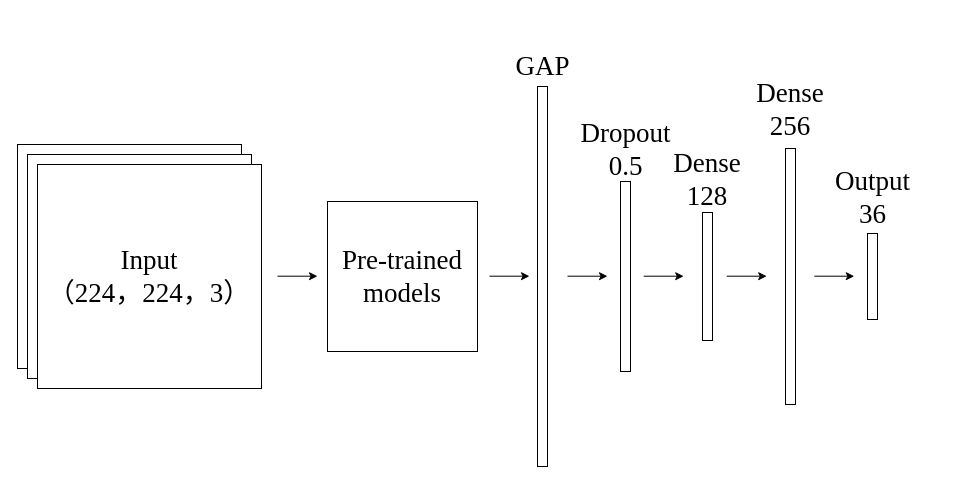
caijihuize/Mushroom_Classification keeps this draw.io diagram as 神经网络模型.drawio. Above is the earlier version. Source tidied: cells renumbered, new cells numbered last; positions are measured from the earlier drawing's top-left corner, leaving out a move shared by most shapes. Both pictures are drawn from the tidied source at 100%, with x=0, y=0 at pixel (17, 34).
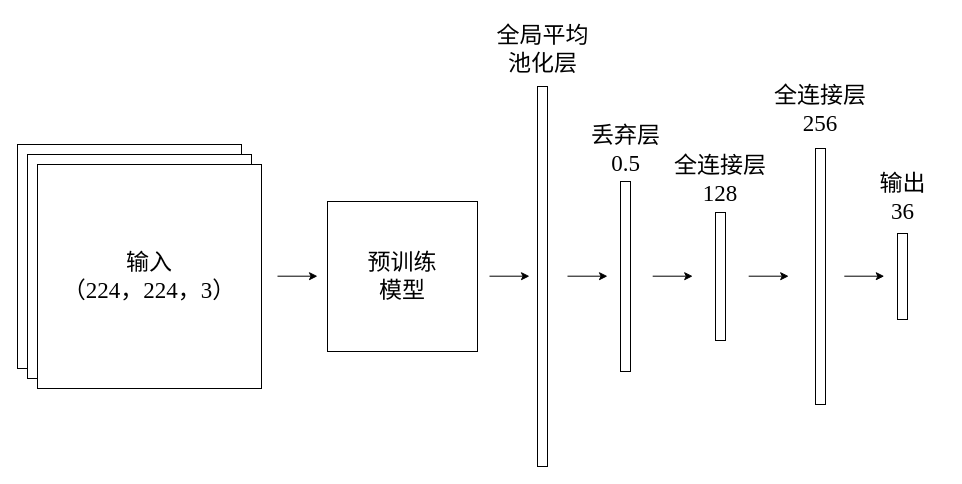
The same diagram, later.

Commit message:
更新神经网络模型.drawio

What changed in the source:
```diff
@@
-    <mxCell id="4" value="Input&lt;br&gt;&lt;div&gt;（224，224，3）&lt;/div&gt;" style="rounded=0;whiteSpace=wrap;html=1;fontSize=27;fontFamily=Times New Roman;" parent="1" vertex="1">
+    <mxCell id="4" value="输入&lt;br&gt;&lt;div&gt;（224，224，3）&lt;/div&gt;" style="rounded=0;whiteSpace=wrap;html=1;fontSize=23;fontFamily=Times New Roman;" parent="1" vertex="1">
       <mxGeometry x="20" y="130" width="224" height="224" as="geometry" />
     </mxCell>
-    <mxCell id="5" value="Pre-trained models" style="rounded=0;whiteSpace=wrap;html=1;fontSize=27;fontFamily=Times New Roman;" parent="1" vertex="1">
+    <mxCell id="5" value="预训练&lt;div&gt;模型&lt;/div&gt;" style="rounded=0;whiteSpace=wrap;html=1;fontSize=23;fontFamily=Times New Roman;" parent="1" vertex="1">
       <mxGeometry x="310" y="167" width="150" height="150" as="geometry" />
     </mxCell>
@@
     <mxCell id="7" style="rounded=0;whiteSpace=wrap;html=1;fontFamily=Times New Roman;fontSize=27;" parent="1" vertex="1">
-      <mxGeometry x="768" y="114" width="10" height="256" as="geometry" />
+      <mxGeometry x="798" y="114" width="10" height="256" as="geometry" />
     </mxCell>
-    <mxCell id="8" value="&lt;div&gt;&lt;br&gt;&lt;/div&gt;GAP" style="text;html=1;align=center;verticalAlign=middle;whiteSpace=wrap;rounded=0;fontSize=27;fontFamily=Times New Roman;" parent="1" vertex="1">
+    <mxCell id="8" value="&lt;div&gt;全局平均&lt;/div&gt;&lt;div&gt;池化层&lt;/div&gt;" style="text;html=1;align=center;verticalAlign=middle;whiteSpace=wrap;rounded=0;fontSize=23;fontFamily=Times New Roman;" parent="1" vertex="1">
       <mxGeometry x="452.5" width="145" height="30" as="geometry" />
     </mxCell>
-    <mxCell id="9" value="Dense&lt;br&gt;&lt;div&gt;256&lt;/div&gt;" style="text;html=1;align=center;verticalAlign=middle;whiteSpace=wrap;rounded=0;fontSize=27;fontFamily=Times New Roman;" parent="1" vertex="1">
-      <mxGeometry x="709.2" y="60" width="127.5" height="30" as="geometry" />
+    <mxCell id="9" value="全连接层&lt;br&gt;&lt;div&gt;256&lt;/div&gt;" style="text;html=1;align=center;verticalAlign=middle;whiteSpace=wrap;rounded=0;fontSize=23;fontFamily=Times New Roman;" parent="1" vertex="1">
+      <mxGeometry x="739.2" y="60" width="127.5" height="30" as="geometry" />
     </mxCell>
     <mxCell id="10" style="rounded=0;whiteSpace=wrap;html=1;fontFamily=Times New Roman;fontSize=27;" parent="1" vertex="1">
-      <mxGeometry x="850" y="199" width="10" height="86" as="geometry" />
+      <mxGeometry x="880" y="199" width="10" height="86" as="geometry" />
     </mxCell>
-    <mxCell id="11" value="Output&lt;br&gt;&lt;div&gt;36&lt;/div&gt;" style="text;html=1;align=center;verticalAlign=middle;whiteSpace=wrap;rounded=0;fontSize=27;fontFamily=Times New Roman;" parent="1" vertex="1">
-      <mxGeometry x="812.5" y="148" width="85" height="30" as="geometry" />
+    <mxCell id="11" value="输出&lt;br&gt;&lt;div&gt;36&lt;/div&gt;" style="text;html=1;align=center;verticalAlign=middle;whiteSpace=wrap;rounded=0;fontSize=23;fontFamily=Times New Roman;" parent="1" vertex="1">
+      <mxGeometry x="842.5" y="148" width="85" height="30" as="geometry" />
     </mxCell>
     <mxCell id="12" style="rounded=0;whiteSpace=wrap;html=1;fontFamily=Times New Roman;fontSize=27;" parent="1" vertex="1">
-      <mxGeometry x="685" y="178" width="10" height="128" as="geometry" />
+      <mxGeometry x="698" y="178" width="10" height="128" as="geometry" />
     </mxCell>
-    <mxCell id="13" value="Dense&lt;br&gt;&lt;div&gt;128&lt;/div&gt;" style="text;html=1;align=center;verticalAlign=middle;whiteSpace=wrap;rounded=0;fontSize=27;fontFamily=Times New Roman;" parent="1" vertex="1">
-      <mxGeometry x="626.2" y="130" width="127.5" height="30" as="geometry" />
+    <mxCell id="13" value="全连接层&lt;br&gt;&lt;div&gt;128&lt;/div&gt;" style="text;html=1;align=center;verticalAlign=middle;whiteSpace=wrap;rounded=0;fontSize=23;fontFamily=Times New Roman;" parent="1" vertex="1">
+      <mxGeometry x="639.2" y="130" width="127.5" height="30" as="geometry" />
     </mxCell>
@@
-    <mxCell id="15" value="&lt;div&gt;Dropout&lt;/div&gt;&lt;div&gt;0.5&lt;/div&gt;" style="text;html=1;align=center;verticalAlign=middle;whiteSpace=wrap;rounded=0;fontSize=27;fontFamily=Times New Roman;" parent="1" vertex="1">
+    <mxCell id="15" value="&lt;div&gt;丢弃层&lt;/div&gt;&lt;div&gt;0.5&lt;/div&gt;" style="text;html=1;align=center;verticalAlign=middle;whiteSpace=wrap;rounded=0;fontSize=23;fontFamily=Times New Roman;" parent="1" vertex="1">
       <mxGeometry x="535.5" y="100" width="145" height="30" as="geometry" />
     </mxCell>
@@
     <mxCell id="19" style="endArrow=classic;html=1;rounded=0;" parent="1" edge="1">
       <mxGeometry relative="1" as="geometry">
-        <mxPoint x="626.2" y="241.7" as="sourcePoint" />
-        <mxPoint x="666.2" y="241.7" as="targetPoint" />
+        <mxPoint x="635.2" y="241.7" as="sourcePoint" />
+        <mxPoint x="675.2" y="241.7" as="targetPoint" />
       </mxGeometry>
     </mxCell>
     <mxCell id="20" style="endArrow=classic;html=1;rounded=0;" parent="1" edge="1">
       <mxGeometry relative="1" as="geometry">
-        <mxPoint x="709.2" y="241.7" as="sourcePoint" />
-        <mxPoint x="749.2" y="241.7" as="targetPoint" />
+        <mxPoint x="731.2" y="241.7" as="sourcePoint" />
+        <mxPoint x="771.2" y="241.7" as="targetPoint" />
       </mxGeometry>
     </mxCell>
     <mxCell id="21" style="endArrow=classic;html=1;rounded=0;" parent="1" edge="1">
       <mxGeometry relative="1" as="geometry">
-        <mxPoint x="796.8" y="241.7" as="sourcePoint" />
-        <mxPoint x="836.8" y="241.7" as="targetPoint" />
+        <mxPoint x="826.8" y="241.7" as="sourcePoint" />
+        <mxPoint x="866.8" y="241.7" as="targetPoint" />
       </mxGeometry>
     </mxCell>
```
